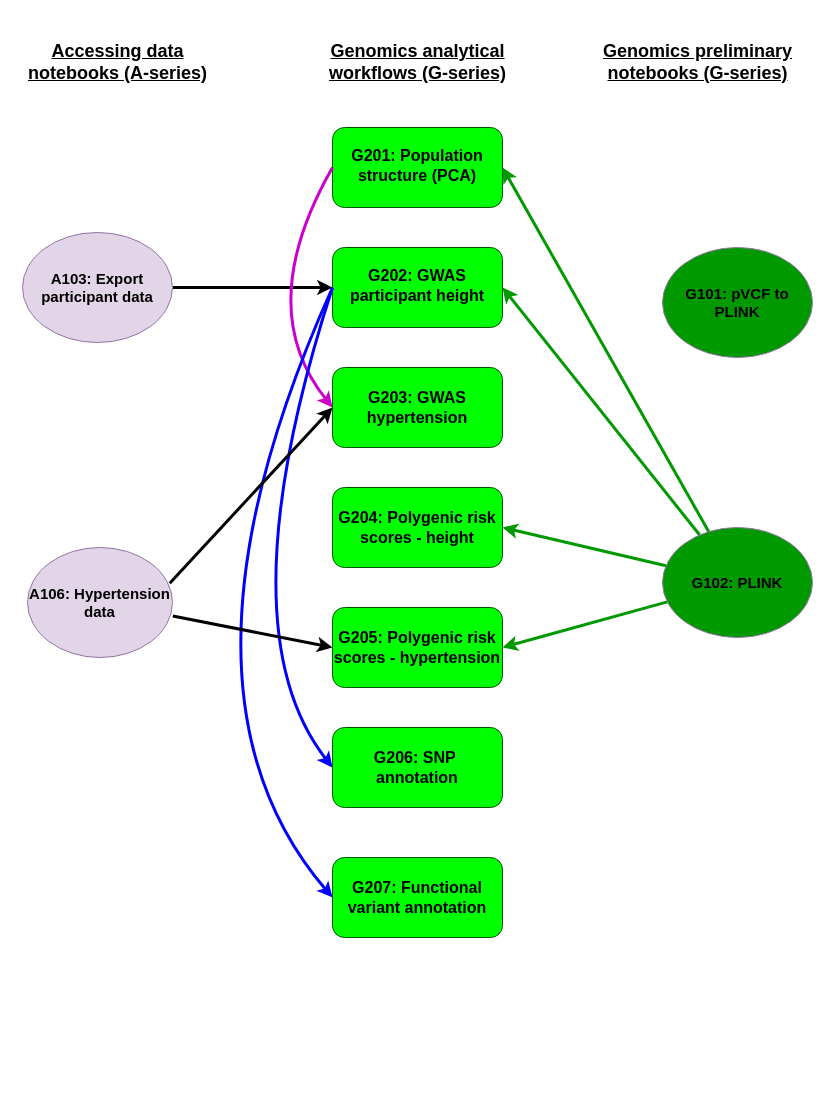
riverxdata/UKB-RAP-Notebooks-Genomics keeps this draw.io diagram as genomics.drawio. Above is the earlier version. Source tidied: cells renumbered, new cells numbered last; positions are measured from the earlier drawing's top-left corner, leaving out a move shared by most shapes. Both pictures are drawn from the tidied source at 100%, with x=0, y=0 at pixel (17, 17).
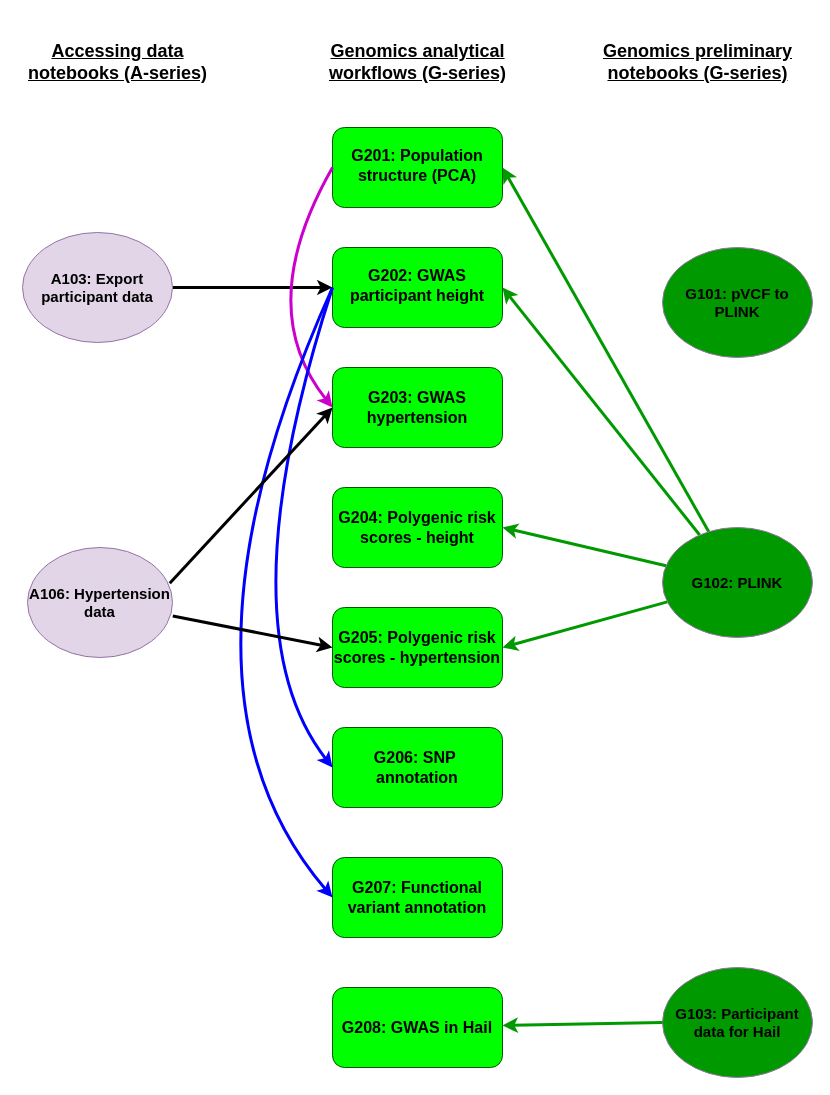
The same diagram, later.

Commit message (it also covers changes not shown here):
Publication of Hail Notebooks

The edit, as a diff of the source:
```diff
@@
+    <mxCell id="26" value="&lt;font size=&quot;1&quot; color=&quot;#000000&quot;&gt;&lt;b style=&quot;font-size: 15px;&quot;&gt;G103: Participant data for Hail&lt;/b&gt;&lt;/font&gt;" style="ellipse;whiteSpace=wrap;html=1;fillColor=#009900;strokeColor=#9673a6;" parent="1" vertex="1">
+      <mxGeometry x="645" y="950" width="150" height="110" as="geometry" />
+    </mxCell>
+    <mxCell id="27" value="&lt;p&gt;&lt;b&gt;&lt;font style=&quot;font-size: 16px;&quot; color=&quot;#000000&quot;&gt;G208: GWAS in Hail&lt;/font&gt;&lt;/b&gt;&lt;/p&gt;" style="whiteSpace=wrap;html=1;rounded=1;glass=0;strokeWidth=1;shadow=0;fillColor=#00FF00;fontColor=#ffffff;strokeColor=#005700;" parent="1" vertex="1">
+      <mxGeometry x="315" y="970" width="170" height="80" as="geometry" />
+    </mxCell>
+    <mxCell id="28" style="rounded=0;jettySize=auto;html=1;strokeWidth=3;entryX=1;entryY=0.5;entryDx=0;entryDy=0;strokeColor=#009900;exitX=0;exitY=0.5;exitDx=0;exitDy=0;" parent="1" edge="1" source="26">
+      <mxGeometry relative="1" as="geometry">
+        <mxPoint x="485" y="1008" as="targetPoint" />
+      </mxGeometry>
+    </mxCell>
```
